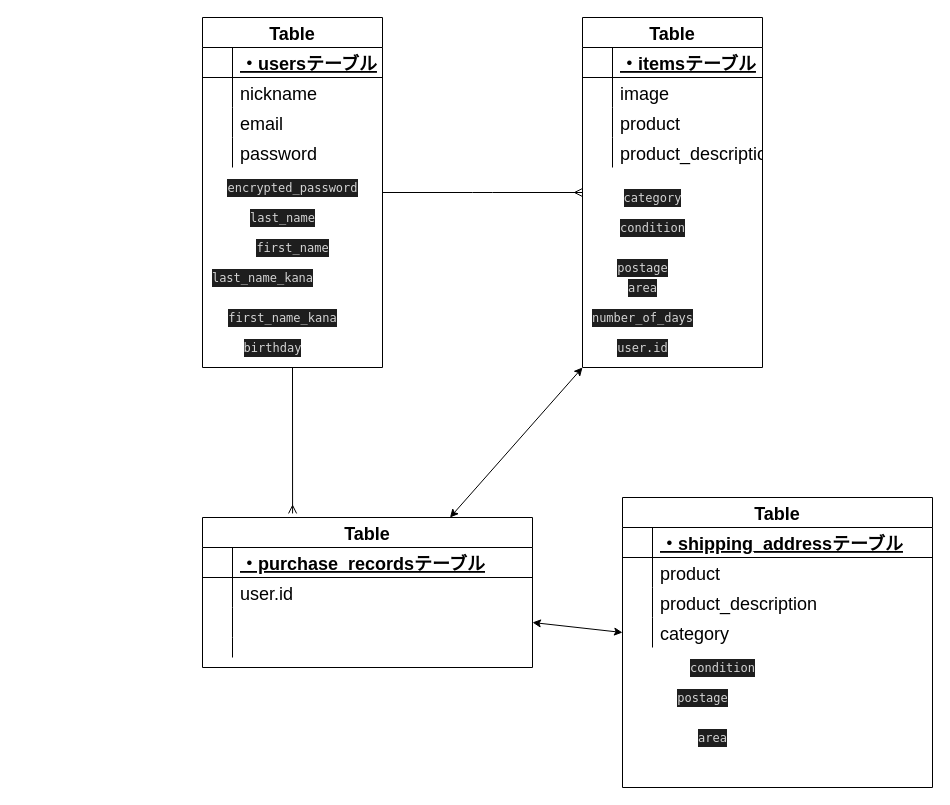
Above: furima.dio in eve-2525/furima-37890 (draw.io), before the change. Source tidied: cells renumbered, new cells numbered last; positions are measured from the earlier drawing's top-left corner, leaving out a move shared by most shapes. Both pictures are drawn from the tidied source at 100%, with x=0, y=0 at pixel (202, 17).
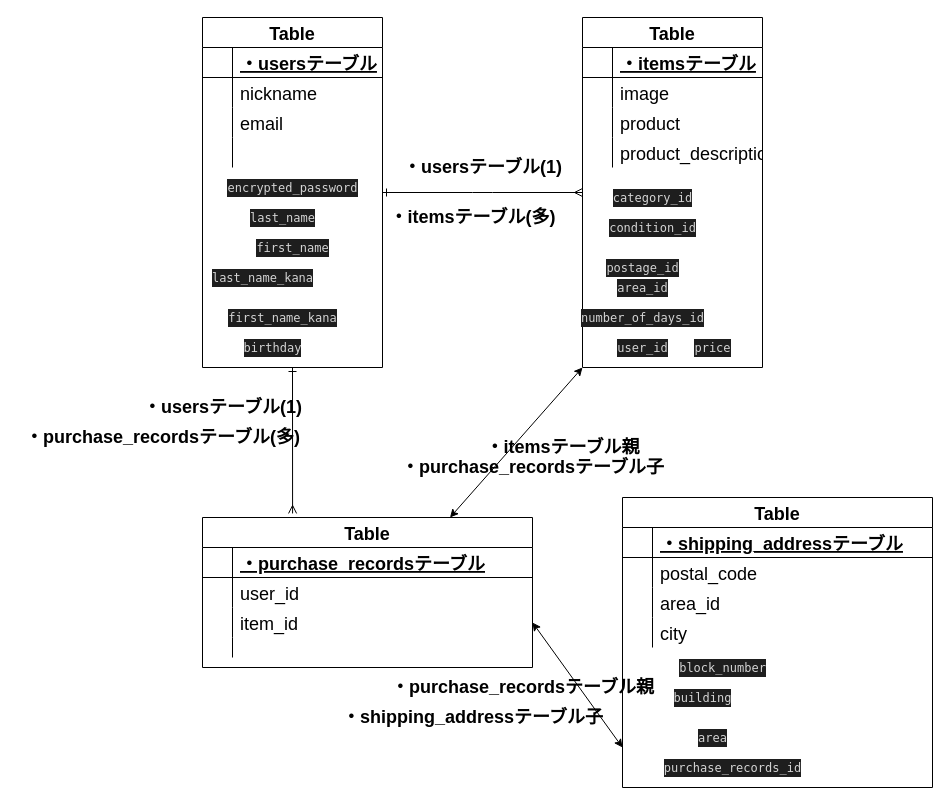
Above is the later version.

Commit message (it also covers changes not shown here):
DB設計の直し

Unchanged cells that the change refers to:
```xml
<mxCell id="4" value="Table" style="shape=table;startSize=30;childLayout=tableLayout;rowLines=0;fontStyle=1;align=center;fontSize=18;" parent="1" vertex="1">
  <mxGeometry width="180" height="350" as="geometry" />
</mxCell>
<mxCell id="14" style="shape=partialRectangle;fillColor=none;top=0;left=0;bottom=0;right=0;fontSize=18;" parent="4" vertex="1">
  <mxGeometry y="120" width="180" height="30" as="geometry" />
</mxCell>
<mxCell id="24" value="Table" style="shape=table;startSize=30;childLayout=tableLayout;rowLines=0;fontStyle=1;align=center;fontSize=18;" parent="1" vertex="1">
  <mxGeometry x="380" width="180" height="350" as="geometry" />
</mxCell>
<mxCell id="43" value="Table" style="shape=table;startSize=30;childLayout=tableLayout;rowLines=0;fontStyle=1;align=center;fontSize=18;" parent="1" vertex="1">
  <mxGeometry y="500" width="330" height="150" as="geometry" />
</mxCell>
<mxCell id="47" style="shape=partialRectangle;fillColor=none;top=0;left=0;bottom=0;right=0;fontSize=18;" parent="43" vertex="1">
  <mxGeometry y="60" width="330" height="30" as="geometry" />
</mxCell>
<mxCell id="50" style="shape=partialRectangle;fillColor=none;top=0;left=0;bottom=0;right=0;points=[[0,0.5],[1,0.5]];portConstraint=eastwest;fontSize=18;" parent="43" vertex="1">
  <mxGeometry y="90" width="330" height="30" as="geometry" />
</mxCell>
<mxCell id="60" style="shape=partialRectangle;fillColor=none;top=0;left=0;bottom=0;right=0;fontSize=18;" parent="56" vertex="1">
  <mxGeometry y="60" width="310" height="30" as="geometry" />
</mxCell>
<mxCell id="63" style="shape=partialRectangle;fillColor=none;top=0;left=0;bottom=0;right=0;fontSize=18;" parent="56" vertex="1">
  <mxGeometry y="90" width="310" height="30" as="geometry" />
</mxCell>
<mxCell id="66" style="shape=partialRectangle;fillColor=none;top=0;left=0;bottom=0;right=0;points=[[0,0.5],[1,0.5]];portConstraint=eastwest;fontSize=18;" parent="56" vertex="1">
  <mxGeometry y="120" width="310" height="30" as="geometry" />
</mxCell>
```

The edit, as a diff of the source:
```diff
@@
-    <mxCell id="2" style="edgeStyle=none;html=1;exitX=1;exitY=0.5;exitDx=0;exitDy=0;entryX=0;entryY=0.5;entryDx=0;entryDy=0;fontSize=18;endArrow=ERmany;endFill=0;strokeWidth=1;strokeColor=default;" parent="1" edge="1" source="4" target="24">
+    <mxCell id="2" style="edgeStyle=none;html=1;exitX=1;exitY=0.5;exitDx=0;exitDy=0;entryX=0;entryY=0.5;entryDx=0;entryDy=0;fontSize=18;endArrow=ERmany;endFill=0;strokeWidth=1;strokeColor=default;startArrow=ERone;startFill=0;" parent="1" edge="1" source="4" target="24">
       <mxGeometry relative="1" as="geometry">
         <Array as="points">
           <mxPoint x="280" y="175" />
         </Array>
       </mxGeometry>
     </mxCell>
-    <mxCell id="3" style="edgeStyle=none;html=1;exitX=0.5;exitY=1;exitDx=0;exitDy=0;entryX=0.273;entryY=-0.027;entryDx=0;entryDy=0;entryPerimeter=0;fontSize=18;endArrow=ERmany;endFill=0;" parent="1" edge="1" source="4" target="43">
+    <mxCell id="3" style="edgeStyle=none;html=1;exitX=0.5;exitY=1;exitDx=0;exitDy=0;entryX=0.273;entryY=-0.027;entryDx=0;entryDy=0;entryPerimeter=0;fontSize=18;endArrow=ERmany;endFill=0;startArrow=ERone;startFill=0;" parent="1" edge="1" source="4" target="43">
       <mxGeometry relative="1" as="geometry" />
     </mxCell>
@@
-    <mxCell id="16" value="password" style="shape=partialRectangle;fillColor=none;top=0;left=0;bottom=0;right=0;align=left;spacingLeft=6;overflow=hidden;fontSize=18;" parent="14" vertex="1">
+    <mxCell id="16" style="shape=partialRectangle;fillColor=none;top=0;left=0;bottom=0;right=0;align=left;spacingLeft=6;overflow=hidden;fontSize=18;" parent="14" vertex="1">
       <mxGeometry x="30" width="150" height="30" as="geometry" />
     </mxCell>
@@
-    <mxCell id="37" value="&lt;div style=&quot;color: rgb(212 , 212 , 212) ; background-color: rgb(30 , 30 , 30) ; font-family: &amp;#34;menlo&amp;#34; , &amp;#34;monaco&amp;#34; , &amp;#34;courier new&amp;#34; , monospace ; font-size: 12px ; line-height: 18px&quot;&gt;category&lt;/div&gt;" style="text;html=1;align=center;verticalAlign=middle;strokeColor=none;fillColor=none;fontSize=18;" parent="1" vertex="1">
-      <mxGeometry x="415" y="170" width="70" height="20" as="geometry" />
+    <mxCell id="37" value="&lt;div style=&quot;color: rgb(212 , 212 , 212) ; background-color: rgb(30 , 30 , 30) ; font-family: &amp;#34;menlo&amp;#34; , &amp;#34;monaco&amp;#34; , &amp;#34;courier new&amp;#34; , monospace ; font-size: 12px ; line-height: 18px&quot;&gt;&lt;div style=&quot;font-family: &amp;#34;menlo&amp;#34; , &amp;#34;monaco&amp;#34; , &amp;#34;courier new&amp;#34; , monospace ; line-height: 18px&quot;&gt;category_id&lt;/div&gt;&lt;/div&gt;" style="text;html=1;align=center;verticalAlign=middle;strokeColor=none;fillColor=none;fontSize=18;" parent="1" vertex="1">
+      <mxGeometry x="405" y="170" width="90" height="20" as="geometry" />
     </mxCell>
-    <mxCell id="38" value="&lt;div style=&quot;color: rgb(212 , 212 , 212) ; background-color: rgb(30 , 30 , 30) ; font-family: &amp;#34;menlo&amp;#34; , &amp;#34;monaco&amp;#34; , &amp;#34;courier new&amp;#34; , monospace ; font-size: 12px ; line-height: 18px&quot;&gt;condition&lt;/div&gt;" style="text;html=1;align=center;verticalAlign=middle;strokeColor=none;fillColor=none;fontSize=18;" parent="1" vertex="1">
-      <mxGeometry x="410" y="200" width="80" height="20" as="geometry" />
+    <mxCell id="38" value="&lt;div style=&quot;color: rgb(212 , 212 , 212) ; background-color: rgb(30 , 30 , 30) ; font-family: &amp;#34;menlo&amp;#34; , &amp;#34;monaco&amp;#34; , &amp;#34;courier new&amp;#34; , monospace ; font-size: 12px ; line-height: 18px&quot;&gt;&lt;div style=&quot;font-family: &amp;#34;menlo&amp;#34; , &amp;#34;monaco&amp;#34; , &amp;#34;courier new&amp;#34; , monospace ; line-height: 18px&quot;&gt;condition_id&lt;/div&gt;&lt;/div&gt;" style="text;html=1;align=center;verticalAlign=middle;strokeColor=none;fillColor=none;fontSize=18;" parent="1" vertex="1">
+      <mxGeometry x="400" y="200" width="100" height="20" as="geometry" />
     </mxCell>
-    <mxCell id="39" value="&lt;div style=&quot;color: rgb(212 , 212 , 212) ; background-color: rgb(30 , 30 , 30) ; font-family: &amp;#34;menlo&amp;#34; , &amp;#34;monaco&amp;#34; , &amp;#34;courier new&amp;#34; , monospace ; font-size: 12px ; line-height: 18px&quot;&gt;postage&lt;/div&gt;" style="text;html=1;align=center;verticalAlign=middle;strokeColor=none;fillColor=none;fontSize=18;" parent="1" vertex="1">
-      <mxGeometry x="405" y="240" width="70" height="20" as="geometry" />
+    <mxCell id="39" value="&lt;div style=&quot;color: rgb(212 , 212 , 212) ; background-color: rgb(30 , 30 , 30) ; font-family: &amp;#34;menlo&amp;#34; , &amp;#34;monaco&amp;#34; , &amp;#34;courier new&amp;#34; , monospace ; font-size: 12px ; line-height: 18px&quot;&gt;&lt;div style=&quot;font-family: &amp;#34;menlo&amp;#34; , &amp;#34;monaco&amp;#34; , &amp;#34;courier new&amp;#34; , monospace ; line-height: 18px&quot;&gt;postage_id&lt;/div&gt;&lt;/div&gt;" style="text;html=1;align=center;verticalAlign=middle;strokeColor=none;fillColor=none;fontSize=18;" parent="1" vertex="1">
+      <mxGeometry x="395" y="240" width="90" height="20" as="geometry" />
     </mxCell>
-    <mxCell id="40" value="&lt;div style=&quot;color: rgb(212 , 212 , 212) ; background-color: rgb(30 , 30 , 30) ; font-family: &amp;#34;menlo&amp;#34; , &amp;#34;monaco&amp;#34; , &amp;#34;courier new&amp;#34; , monospace ; font-size: 12px ; line-height: 18px&quot;&gt;area&lt;/div&gt;" style="text;html=1;align=center;verticalAlign=middle;strokeColor=none;fillColor=none;fontSize=18;" parent="1" vertex="1">
-      <mxGeometry x="420" y="260" width="40" height="20" as="geometry" />
+    <mxCell id="40" value="&lt;div style=&quot;color: rgb(212 , 212 , 212) ; background-color: rgb(30 , 30 , 30) ; font-family: &amp;#34;menlo&amp;#34; , &amp;#34;monaco&amp;#34; , &amp;#34;courier new&amp;#34; , monospace ; font-size: 12px ; line-height: 18px&quot;&gt;&lt;div style=&quot;font-family: &amp;#34;menlo&amp;#34; , &amp;#34;monaco&amp;#34; , &amp;#34;courier new&amp;#34; , monospace ; line-height: 18px&quot;&gt;area_id&lt;/div&gt;&lt;/div&gt;" style="text;html=1;align=center;verticalAlign=middle;strokeColor=none;fillColor=none;fontSize=18;" parent="1" vertex="1">
+      <mxGeometry x="405" y="260" width="70" height="20" as="geometry" />
     </mxCell>
-    <mxCell id="41" value="&lt;div style=&quot;color: rgb(212 , 212 , 212) ; background-color: rgb(30 , 30 , 30) ; font-family: &amp;#34;menlo&amp;#34; , &amp;#34;monaco&amp;#34; , &amp;#34;courier new&amp;#34; , monospace ; font-size: 12px ; line-height: 18px&quot;&gt;number_of_days&lt;/div&gt;" style="text;html=1;align=center;verticalAlign=middle;strokeColor=none;fillColor=none;fontSize=18;" parent="1" vertex="1">
-      <mxGeometry x="380" y="290" width="120" height="20" as="geometry" />
+    <mxCell id="41" value="&lt;div style=&quot;color: rgb(212 , 212 , 212) ; background-color: rgb(30 , 30 , 30) ; font-family: &amp;#34;menlo&amp;#34; , &amp;#34;monaco&amp;#34; , &amp;#34;courier new&amp;#34; , monospace ; font-size: 12px ; line-height: 18px&quot;&gt;&lt;div style=&quot;font-family: &amp;#34;menlo&amp;#34; , &amp;#34;monaco&amp;#34; , &amp;#34;courier new&amp;#34; , monospace ; line-height: 18px&quot;&gt;number_of_days_id&lt;/div&gt;&lt;/div&gt;" style="text;html=1;align=center;verticalAlign=middle;strokeColor=none;fillColor=none;fontSize=18;" parent="1" vertex="1">
+      <mxGeometry x="370" y="290" width="140" height="20" as="geometry" />
     </mxCell>
-    <mxCell id="42" value="&lt;div style=&quot;color: rgb(212 , 212 , 212) ; background-color: rgb(30 , 30 , 30) ; font-family: &amp;#34;menlo&amp;#34; , &amp;#34;monaco&amp;#34; , &amp;#34;courier new&amp;#34; , monospace ; font-size: 12px ; line-height: 18px&quot;&gt;user.id&lt;/div&gt;" style="text;html=1;align=center;verticalAlign=middle;strokeColor=none;fillColor=none;fontSize=18;" parent="1" vertex="1">
+    <mxCell id="42" value="&lt;div style=&quot;color: rgb(212 , 212 , 212) ; background-color: rgb(30 , 30 , 30) ; font-family: &amp;#34;menlo&amp;#34; , &amp;#34;monaco&amp;#34; , &amp;#34;courier new&amp;#34; , monospace ; font-size: 12px ; line-height: 18px&quot;&gt;&lt;div style=&quot;font-family: &amp;#34;menlo&amp;#34; , &amp;#34;monaco&amp;#34; , &amp;#34;courier new&amp;#34; , monospace ; line-height: 18px&quot;&gt;user_id&lt;/div&gt;&lt;/div&gt;" style="text;html=1;align=center;verticalAlign=middle;strokeColor=none;fillColor=none;fontSize=18;" parent="1" vertex="1">
       <mxGeometry x="405" y="320" width="70" height="20" as="geometry" />
     </mxCell>
@@
-    <mxCell id="49" value="user.id" style="shape=partialRectangle;fillColor=none;top=0;left=0;bottom=0;right=0;align=left;spacingLeft=6;overflow=hidden;fontSize=18;" parent="47" vertex="1">
+    <mxCell id="49" value="user_id" style="shape=partialRectangle;fillColor=none;top=0;left=0;bottom=0;right=0;align=left;spacingLeft=6;overflow=hidden;fontSize=18;" parent="47" vertex="1">
       <mxGeometry x="30" width="300" height="30" as="geometry" />
     </mxCell>
@@
-    <mxCell id="52" style="shape=partialRectangle;fillColor=none;top=0;left=0;bottom=0;right=0;align=left;spacingLeft=6;overflow=hidden;fontSize=18;" parent="50" vertex="1">
+    <mxCell id="52" value="item_id" style="shape=partialRectangle;fillColor=none;top=0;left=0;bottom=0;right=0;align=left;spacingLeft=6;overflow=hidden;fontSize=18;" parent="50" vertex="1">
       <mxGeometry x="30" width="300" height="30" as="geometry" />
     </mxCell>
@@
-    <mxCell id="62" value="product" style="shape=partialRectangle;fillColor=none;top=0;left=0;bottom=0;right=0;align=left;spacingLeft=6;overflow=hidden;fontSize=18;" parent="60" vertex="1">
+    <mxCell id="62" value="postal_code" style="shape=partialRectangle;fillColor=none;top=0;left=0;bottom=0;right=0;align=left;spacingLeft=6;overflow=hidden;fontSize=18;" parent="60" vertex="1">
       <mxGeometry x="30" width="280" height="30" as="geometry" />
     </mxCell>
@@
-    <mxCell id="65" value="product_description" style="shape=partialRectangle;fillColor=none;top=0;left=0;bottom=0;right=0;align=left;spacingLeft=6;overflow=hidden;fontSize=18;" parent="63" vertex="1">
+    <mxCell id="65" value="area_id" style="shape=partialRectangle;fillColor=none;top=0;left=0;bottom=0;right=0;align=left;spacingLeft=6;overflow=hidden;fontSize=18;" parent="63" vertex="1">
       <mxGeometry x="30" width="280" height="30" as="geometry" />
     </mxCell>
@@
-    <mxCell id="68" value="category" style="shape=partialRectangle;fillColor=none;top=0;left=0;bottom=0;right=0;align=left;spacingLeft=6;overflow=hidden;fontSize=18;" parent="66" vertex="1">
+    <mxCell id="68" value="city" style="shape=partialRectangle;fillColor=none;top=0;left=0;bottom=0;right=0;align=left;spacingLeft=6;overflow=hidden;fontSize=18;" parent="66" vertex="1">
       <mxGeometry x="30" width="280" height="30" as="geometry" />
     </mxCell>
-    <mxCell id="69" value="&lt;div style=&quot;color: rgb(212 , 212 , 212) ; background-color: rgb(30 , 30 , 30) ; font-family: &amp;#34;menlo&amp;#34; , &amp;#34;monaco&amp;#34; , &amp;#34;courier new&amp;#34; , monospace ; font-size: 12px ; line-height: 18px&quot;&gt;condition&lt;/div&gt;" style="text;html=1;align=center;verticalAlign=middle;strokeColor=none;fillColor=none;fontSize=18;" parent="1" vertex="1">
-      <mxGeometry x="480" y="640" width="80" height="20" as="geometry" />
+    <mxCell id="69" value="&lt;div style=&quot;color: rgb(212 , 212 , 212) ; background-color: rgb(30 , 30 , 30) ; font-family: &amp;#34;menlo&amp;#34; , &amp;#34;monaco&amp;#34; , &amp;#34;courier new&amp;#34; , monospace ; font-size: 12px ; line-height: 18px&quot;&gt;&lt;div style=&quot;font-family: &amp;#34;menlo&amp;#34; , &amp;#34;monaco&amp;#34; , &amp;#34;courier new&amp;#34; , monospace ; line-height: 18px&quot;&gt;block_number&lt;/div&gt;&lt;/div&gt;" style="text;html=1;align=center;verticalAlign=middle;strokeColor=none;fillColor=none;fontSize=18;" parent="1" vertex="1">
+      <mxGeometry x="470" y="640" width="100" height="20" as="geometry" />
     </mxCell>
-    <mxCell id="70" value="&lt;div style=&quot;color: rgb(212 , 212 , 212) ; background-color: rgb(30 , 30 , 30) ; font-family: &amp;#34;menlo&amp;#34; , &amp;#34;monaco&amp;#34; , &amp;#34;courier new&amp;#34; , monospace ; font-size: 12px ; line-height: 18px&quot;&gt;postage&lt;/div&gt;" style="text;html=1;align=center;verticalAlign=middle;strokeColor=none;fillColor=none;fontSize=18;" parent="1" vertex="1">
+    <mxCell id="70" value="&lt;div style=&quot;color: rgb(212 , 212 , 212) ; background-color: rgb(30 , 30 , 30) ; font-family: &amp;#34;menlo&amp;#34; , &amp;#34;monaco&amp;#34; , &amp;#34;courier new&amp;#34; , monospace ; font-size: 12px ; line-height: 18px&quot;&gt;&lt;div style=&quot;font-family: &amp;#34;menlo&amp;#34; , &amp;#34;monaco&amp;#34; , &amp;#34;courier new&amp;#34; , monospace ; line-height: 18px&quot;&gt;building&lt;/div&gt;&lt;/div&gt;" style="text;html=1;align=center;verticalAlign=middle;strokeColor=none;fillColor=none;fontSize=18;" parent="1" vertex="1">
       <mxGeometry x="465" y="670" width="70" height="20" as="geometry" />
     </mxCell>
@@
-    <mxCell id="72" style="edgeStyle=none;html=1;exitX=0;exitY=0.5;exitDx=0;exitDy=0;entryX=1;entryY=0.5;entryDx=0;entryDy=0;fontSize=18;startArrow=classic;startFill=1;endArrow=classic;endFill=1;strokeColor=default;strokeWidth=1;" parent="1" edge="1" source="66" target="50">
-      <mxGeometry relative="1" as="geometry" />
-    </mxCell>
+    <mxCell id="73" value="&lt;span style=&quot;font-weight: 700 ; text-align: left&quot;&gt;・itemsテーブル親&lt;/span&gt;" style="text;html=1;align=center;verticalAlign=middle;strokeColor=none;fillColor=none;fontSize=18;" parent="1" vertex="1">
+      <mxGeometry x="275" y="415" width="170" height="30" as="geometry" />
+    </mxCell>
+    <mxCell id="74" value="&lt;span style=&quot;font-weight: 700 ; text-align: left&quot;&gt;・purchase_recordsテーブル子&lt;/span&gt;" style="text;html=1;align=center;verticalAlign=middle;strokeColor=none;fillColor=none;fontSize=18;" parent="1" vertex="1">
+      <mxGeometry x="190" y="435" width="280" height="30" as="geometry" />
+    </mxCell>
+    <mxCell id="75" style="edgeStyle=none;html=1;exitX=1;exitY=0.5;exitDx=0;exitDy=0;fontSize=18;startArrow=classic;startFill=1;endArrow=classic;endFill=1;strokeColor=default;strokeWidth=1;" parent="1" edge="1" source="50">
+      <mxGeometry relative="1" as="geometry">
+        <mxPoint x="420" y="730" as="targetPoint" />
+      </mxGeometry>
+    </mxCell>
+    <mxCell id="76" value="&lt;span style=&quot;font-weight: 700 ; text-align: left&quot;&gt;・purchase_recordsテーブル親&lt;/span&gt;" style="text;html=1;align=center;verticalAlign=middle;strokeColor=none;fillColor=none;fontSize=18;" parent="1" vertex="1">
+      <mxGeometry x="180" y="655" width="280" height="30" as="geometry" />
+    </mxCell>
+    <mxCell id="77" value="&lt;span style=&quot;font-weight: 700 ; text-align: left&quot;&gt;・shipping_addressテーブル子&lt;/span&gt;" style="text;html=1;align=center;verticalAlign=middle;strokeColor=none;fillColor=none;fontSize=18;" parent="1" vertex="1">
+      <mxGeometry x="130" y="685" width="280" height="30" as="geometry" />
+    </mxCell>
+    <mxCell id="78" value="&lt;span style=&quot;font-weight: 700 ; text-align: left&quot;&gt;・usersテーブル(1)&lt;/span&gt;" style="text;html=1;align=center;verticalAlign=middle;strokeColor=none;fillColor=none;fontSize=18;" parent="1" vertex="1">
+      <mxGeometry x="195" y="135" width="170" height="30" as="geometry" />
+    </mxCell>
+    <mxCell id="79" value="&lt;span style=&quot;font-weight: 700 ; text-align: left&quot;&gt;・itemsテーブル(多)&lt;/span&gt;" style="text;html=1;align=center;verticalAlign=middle;strokeColor=none;fillColor=none;fontSize=18;" parent="1" vertex="1">
+      <mxGeometry x="180" y="185" width="180" height="30" as="geometry" />
+    </mxCell>
+    <mxCell id="80" value="&lt;span style=&quot;font-weight: 700 ; text-align: left&quot;&gt;・usersテーブル(1)&lt;/span&gt;" style="text;html=1;align=center;verticalAlign=middle;strokeColor=none;fillColor=none;fontSize=18;" parent="1" vertex="1">
+      <mxGeometry x="-65" y="375" width="170" height="30" as="geometry" />
+    </mxCell>
+    <mxCell id="81" value="&lt;span style=&quot;font-weight: 700 ; text-align: left&quot;&gt;・purchase_recordsテーブル(多)&lt;/span&gt;" style="text;html=1;align=center;verticalAlign=middle;strokeColor=none;fillColor=none;fontSize=18;" parent="1" vertex="1">
+      <mxGeometry x="-185" y="405" width="290" height="30" as="geometry" />
+    </mxCell>
+    <mxCell id="82" value="&lt;div style=&quot;color: rgb(212 , 212 , 212) ; background-color: rgb(30 , 30 , 30) ; font-family: &amp;#34;menlo&amp;#34; , &amp;#34;monaco&amp;#34; , &amp;#34;courier new&amp;#34; , monospace ; font-size: 12px ; line-height: 18px&quot;&gt;price&lt;/div&gt;" style="text;html=1;align=center;verticalAlign=middle;strokeColor=none;fillColor=none;fontSize=18;" parent="1" vertex="1">
+      <mxGeometry x="485" y="320" width="50" height="20" as="geometry" />
+    </mxCell>
+    <mxCell id="83" value="&lt;div style=&quot;color: rgb(212 , 212 , 212) ; background-color: rgb(30 , 30 , 30) ; font-family: &amp;#34;menlo&amp;#34; , &amp;#34;monaco&amp;#34; , &amp;#34;courier new&amp;#34; , monospace ; font-size: 12px ; line-height: 18px&quot;&gt;purchase_records_id&lt;/div&gt;" style="text;html=1;align=center;verticalAlign=middle;strokeColor=none;fillColor=none;fontSize=18;" parent="1" vertex="1">
+      <mxGeometry x="455" y="740" width="150" height="20" as="geometry" />
+    </mxCell>
```
